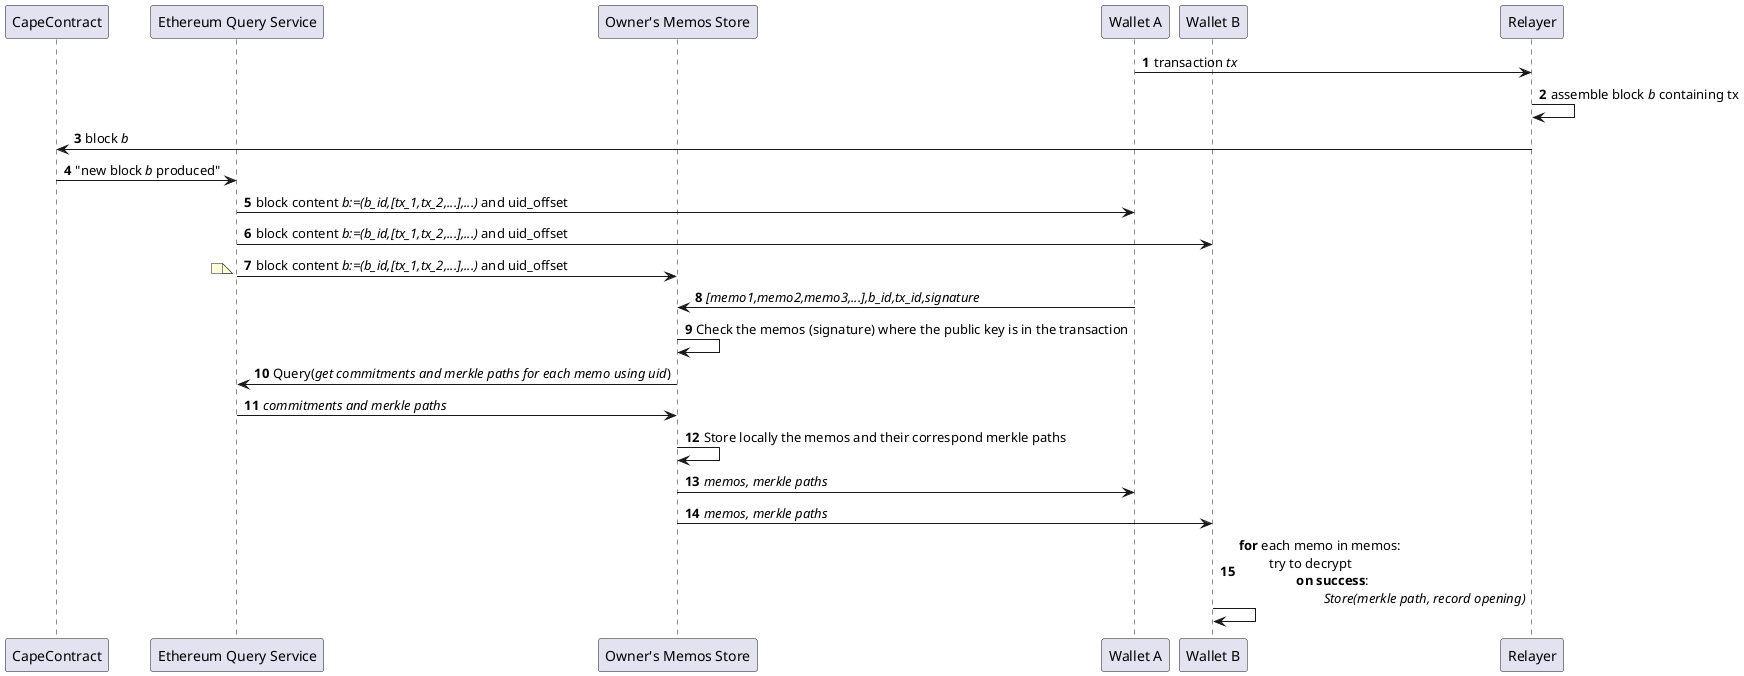
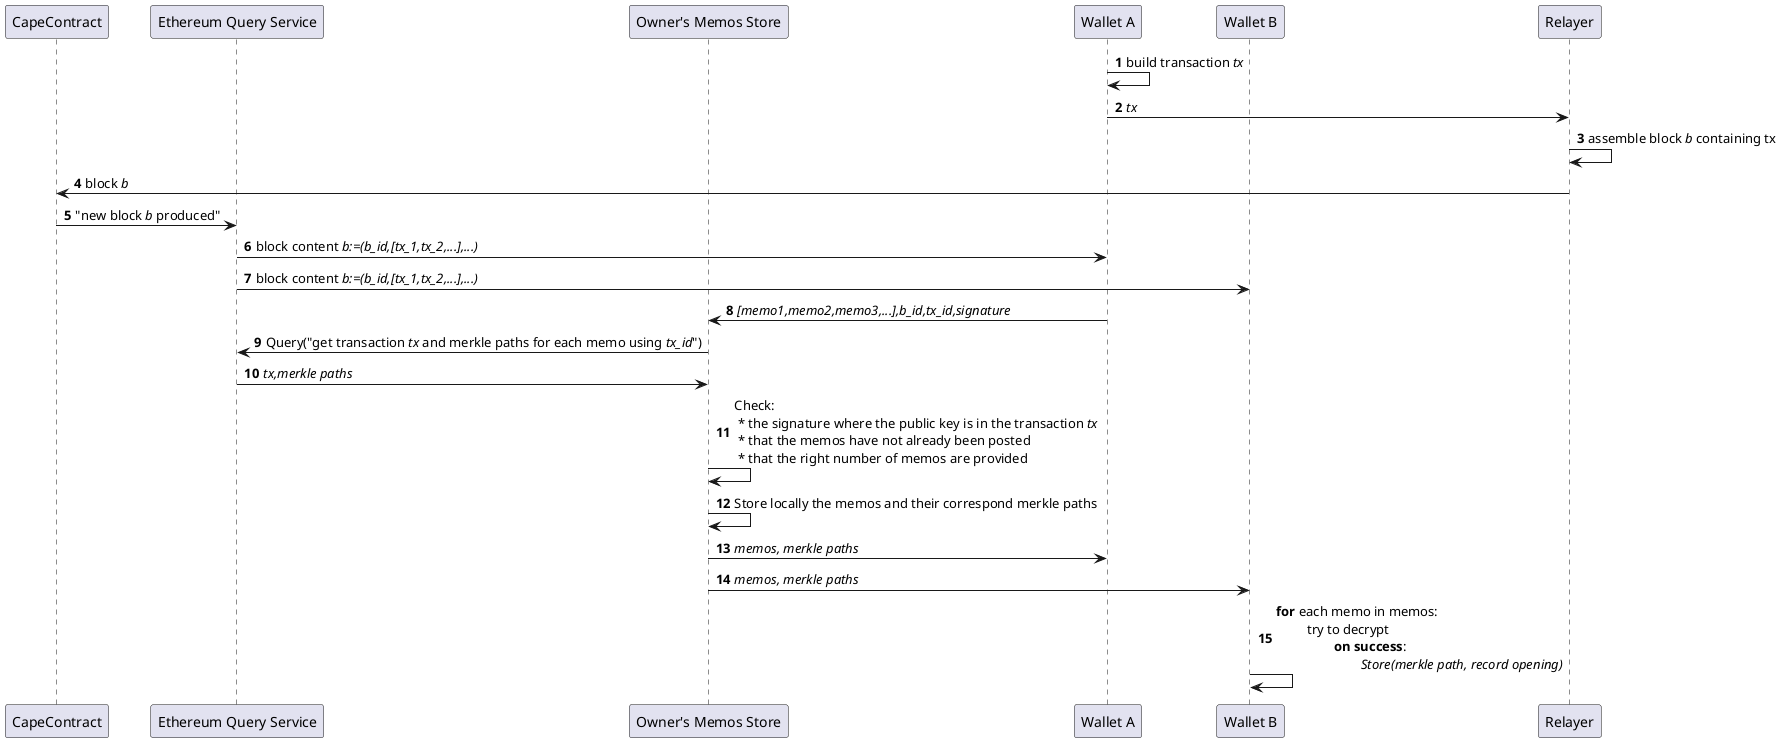
@startuml
autonumber
participant "CapeContract" as C
participant "Ethereum Query Service" as EQS
participant "Owner's Memos Store" as OMS
participant "Wallet A" as W_A
participant "Wallet B" as W_B
participant "Relayer" as R

- W_A -> R: transaction <i>tx</i>
+ W_A -> W_A: build transaction <i>tx</i>
+ W_A -> R: <i>tx</i>
R -> R: assemble block <i>b</i> containing tx
R -> C: block <i>b</i>
C -> EQS: "new block <i>b</i> produced"
' Different notation for subscription service
- EQS -> W_A: block content <i>b:=(b_id,[tx_1,tx_2,...],...)</i> and uid_offset
- EQS -> W_B: block content <i>b:=(b_id,[tx_1,tx_2,...],...)</i> and uid_offset
- EQS -> OMS: block content <i>b:=(b_id,[tx_1,tx_2,...],...)</i> and uid_offset
- 
- note left:
+ EQS -> W_A: block content <i>b:=(b_id,[tx_1,tx_2,...],...)</i>
+ EQS -> W_B: block content <i>b:=(b_id,[tx_1,tx_2,...],...)</i>
W_A -> OMS: <i>[memo1,memo2,memo3,...],b_id,tx_id,signature</i>
- OMS -> OMS: Check the memos (signature) where the public key is in the transaction
- OMS -> EQS: Query(<i>get commitments and merkle paths for each memo using uid</i>)
- EQS -> OMS: <i>commitments and merkle paths</i>
+ OMS -> EQS: Query("get transaction <i>tx</i> and merkle paths for each memo using <i>tx_id</i>")
+ EQS -> OMS: <i>tx,merkle paths</i>
+ OMS -> OMS: Check: \n * the signature where the public key is in the transaction <i>tx</i> \n * that the memos have not already been posted \n * that the right number of memos are provided
OMS -> OMS: Store locally the memos and their correspond merkle paths
OMS -> W_A: <i>memos, merkle paths</i>
OMS -> W_B: <i>memos, merkle paths</i>
W_B -> W_B: <b>for</b> each memo in memos: \n \t try to decrypt \n  \t\t <b>on success</b>: \n \t\t\t <i>Store(merkle path, record opening)</i>
@enduml
